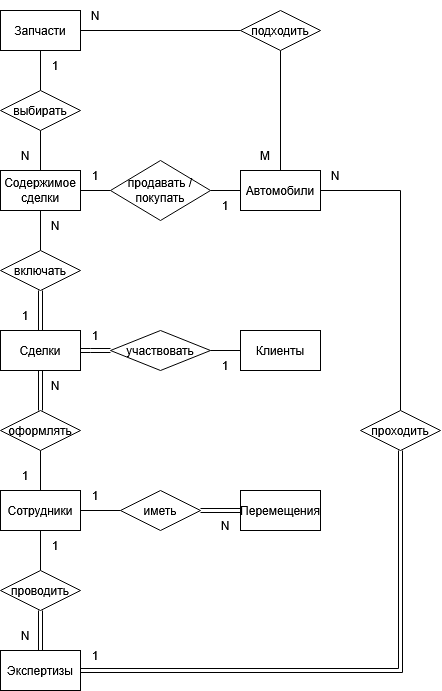
This is Базы данных/РГР/бд1.drawio.png from ppljc/omstu-works-4, a draw.io export, as it was before one commit. Source tidied: cells renumbered, new cells last; positions are measured from the earlier drawing's top-left corner, leaving out a move shared by most shapes.
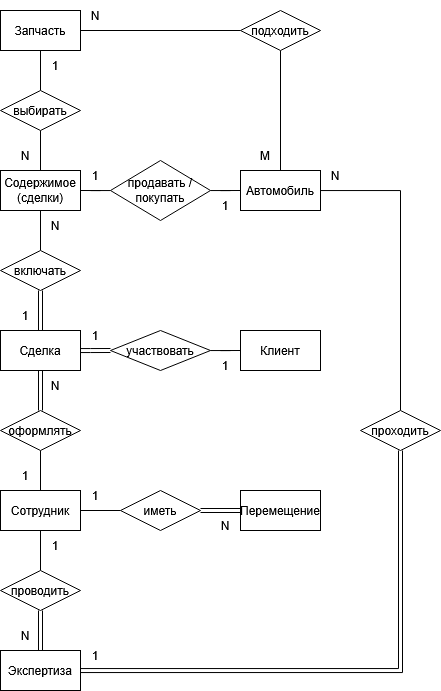
The same diagram one commit later.

Change to the diagram source:
```diff
@@ -5,7 +5,7 @@
     <mxCell id="2" style="edgeStyle=orthogonalEdgeStyle;rounded=0;jettySize=auto;html=1;entryX=0.5;entryY=0;entryDx=0;entryDy=0;endArrow=none;endFill=0;" parent="1" edge="1" source="3" target="48">
       <mxGeometry relative="1" as="geometry" />
     </mxCell>
-    <mxCell id="3" value="Автомобили" style="rounded=0;whiteSpace=wrap;html=1;" parent="1" vertex="1">
+    <mxCell id="3" value="Автомобиль" style="rounded=0;whiteSpace=wrap;html=1;" parent="1" vertex="1">
       <mxGeometry x="240" y="170" width="80" height="40" as="geometry" />
     </mxCell>
     <mxCell id="4" style="edgeStyle=orthogonalEdgeStyle;rounded=0;jettySize=auto;html=1;entryX=0.5;entryY=0;entryDx=0;entryDy=0;endArrow=none;endFill=0;" parent="1" edge="1" source="6" target="45">
@@ -14,7 +14,7 @@
     <mxCell id="5" style="edgeStyle=orthogonalEdgeStyle;rounded=0;jettySize=auto;html=1;entryX=0;entryY=0.5;entryDx=0;entryDy=0;endArrow=none;endFill=0;" parent="1" edge="1" source="6" target="52">
       <mxGeometry relative="1" as="geometry" />
     </mxCell>
-    <mxCell id="6" value="Запчасти" style="rounded=0;whiteSpace=wrap;html=1;" parent="1" vertex="1">
+    <mxCell id="6" value="Запчасть" style="rounded=0;whiteSpace=wrap;html=1;" parent="1" vertex="1">
       <mxGeometry y="10" width="80" height="40" as="geometry" />
     </mxCell>
     <mxCell id="7" style="edgeStyle=orthogonalEdgeStyle;rounded=0;jettySize=auto;html=1;entryX=0;entryY=0.5;entryDx=0;entryDy=0;startArrow=none;startFill=0;endArrow=none;endFill=0;shape=link;" parent="1" edge="1" source="16" target="12">
@@ -26,13 +26,13 @@
     <mxCell id="9" style="edgeStyle=orthogonalEdgeStyle;rounded=0;jettySize=auto;html=1;entryX=0.5;entryY=1;entryDx=0;entryDy=0;endArrow=none;endFill=0;" parent="1" edge="1" source="10" target="26">
       <mxGeometry relative="1" as="geometry" />
     </mxCell>
-    <mxCell id="10" value="Сотрудники" style="rounded=0;whiteSpace=wrap;html=1;" parent="1" vertex="1">
+    <mxCell id="10" value="Сотрудник" style="rounded=0;whiteSpace=wrap;html=1;" parent="1" vertex="1">
       <mxGeometry y="490" width="80" height="40" as="geometry" />
     </mxCell>
-    <mxCell id="11" value="Клиенты" style="rounded=0;whiteSpace=wrap;html=1;" parent="1" vertex="1">
+    <mxCell id="11" value="Клиент" style="rounded=0;whiteSpace=wrap;html=1;" parent="1" vertex="1">
       <mxGeometry x="240" y="330" width="80" height="40" as="geometry" />
     </mxCell>
-    <mxCell id="12" value="&lt;div&gt;Перемещения&lt;/div&gt;" style="rounded=0;whiteSpace=wrap;html=1;" parent="1" vertex="1">
+    <mxCell id="12" value="&lt;div&gt;Перемещение&lt;/div&gt;" style="rounded=0;whiteSpace=wrap;html=1;" parent="1" vertex="1">
       <mxGeometry x="240" y="490" width="80" height="40" as="geometry" />
     </mxCell>
     <mxCell id="13" value="1" style="text;html=1;whiteSpace=wrap;strokeColor=none;fillColor=none;align=center;verticalAlign=middle;rounded=0;" parent="1" vertex="1">
@@ -50,7 +50,7 @@
     <mxCell id="17" style="edgeStyle=orthogonalEdgeStyle;rounded=0;jettySize=auto;html=1;entryX=0.5;entryY=1;entryDx=0;entryDy=0;shape=link;" parent="1" edge="1" source="18" target="48">
       <mxGeometry relative="1" as="geometry" />
     </mxCell>
-    <mxCell id="18" value="Экспертизы" style="rounded=0;whiteSpace=wrap;html=1;" parent="1" vertex="1">
+    <mxCell id="18" value="Экспертиза" style="rounded=0;whiteSpace=wrap;html=1;" parent="1" vertex="1">
       <mxGeometry y="650" width="80" height="40" as="geometry" />
     </mxCell>
     <mxCell id="19" style="edgeStyle=orthogonalEdgeStyle;rounded=0;jettySize=auto;html=1;entryX=0.5;entryY=0;entryDx=0;entryDy=0;shape=link;" parent="1" edge="1" source="20" target="18">
@@ -68,7 +68,7 @@
     <mxCell id="23" style="edgeStyle=orthogonalEdgeStyle;rounded=0;jettySize=auto;html=1;entryX=0;entryY=0.5;entryDx=0;entryDy=0;endArrow=none;endFill=0;shape=link;" parent="1" edge="1" source="24" target="30">
       <mxGeometry relative="1" as="geometry" />
     </mxCell>
-    <mxCell id="24" value="Сделки" style="rounded=0;whiteSpace=wrap;html=1;" parent="1" vertex="1">
+    <mxCell id="24" value="Сделка" style="rounded=0;whiteSpace=wrap;html=1;" parent="1" vertex="1">
       <mxGeometry y="330" width="80" height="40" as="geometry" />
     </mxCell>
     <mxCell id="25" style="edgeStyle=orthogonalEdgeStyle;rounded=0;jettySize=auto;html=1;entryX=0.5;entryY=1;entryDx=0;entryDy=0;shape=link;" parent="1" edge="1" source="26" target="24">
@@ -89,7 +89,7 @@
     <mxCell id="30" value="участвовать" style="rhombus;whiteSpace=wrap;html=1;" parent="1" vertex="1">
       <mxGeometry x="110" y="330" width="100" height="40" as="geometry" />
     </mxCell>
-    <mxCell id="31" value="&lt;div&gt;Содержимое&lt;/div&gt;&lt;div&gt;сделки&lt;/div&gt;" style="rounded=0;whiteSpace=wrap;html=1;" parent="1" vertex="1">
+    <mxCell id="31" value="&lt;div&gt;Содержимое&lt;/div&gt;&lt;div&gt;(сделки)&lt;/div&gt;" style="rounded=0;whiteSpace=wrap;html=1;" parent="1" vertex="1">
       <mxGeometry y="170" width="80" height="40" as="geometry" />
     </mxCell>
     <mxCell id="32" style="edgeStyle=orthogonalEdgeStyle;rounded=0;jettySize=auto;html=1;entryX=0.5;entryY=0;entryDx=0;entryDy=0;shape=link;" parent="1" edge="1" source="34" target="24">
```
